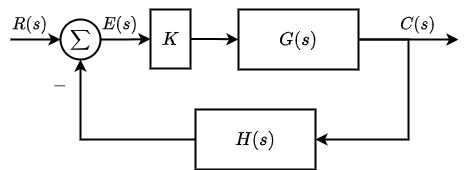
This is images/p23a.png from auralius/control-systems-with-sympy, a draw.io export, as it was before one commit. Source tidied: cells renumbered, new cells last; positions are measured from the earlier drawing's top-left corner, leaving out a move shared by most shapes.
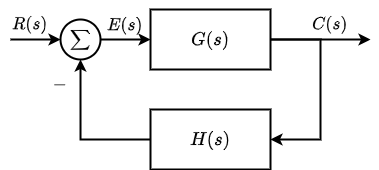
After the change.

What changed in the source:
```diff
@@ -5,54 +5,48 @@
     <mxCell id="2" style="edgeStyle=orthogonalEdgeStyle;rounded=0;jettySize=auto;html=1;exitX=1;exitY=0.5;exitDx=0;exitDy=0;entryX=1;entryY=0.5;entryDx=0;entryDy=0;strokeWidth=2;" parent="1" edge="1" source="3" target="7">
       <mxGeometry relative="1" as="geometry">
         <Array as="points">
-          <mxPoint x="408" y="30" />
-          <mxPoint x="408" y="130" />
+          <mxPoint x="390" y="30" />
+          <mxPoint x="390" y="130" />
         </Array>
       </mxGeometry>
     </mxCell>
     <mxCell id="3" value="&lt;font style=&quot;font-size: 16px;&quot;&gt;$$G(s)$$&lt;/font&gt;" style="rounded=0;whiteSpace=wrap;html=1;strokeWidth=2;" parent="1" vertex="1">
-      <mxGeometry x="238" width="120" height="60" as="geometry" />
+      <mxGeometry x="220" width="120" height="60" as="geometry" />
     </mxCell>
-    <mxCell id="4" style="edgeStyle=orthogonalEdgeStyle;rounded=0;jettySize=auto;html=1;strokeWidth=2;" parent="1" edge="1" source="5" target="15">
+    <mxCell id="4" style="edgeStyle=orthogonalEdgeStyle;rounded=0;jettySize=auto;html=1;exitX=1;exitY=0.5;exitDx=0;exitDy=0;entryX=0;entryY=0.5;entryDx=0;entryDy=0;strokeWidth=2;" parent="1" edge="1" source="5" target="3">
       <mxGeometry relative="1" as="geometry" />
     </mxCell>
     <mxCell id="5" value="$$\sum$$" style="ellipse;whiteSpace=wrap;html=1;strokeWidth=2;" parent="1" vertex="1">
-      <mxGeometry x="60" y="10" width="40" height="40" as="geometry" />
+      <mxGeometry x="130" y="10" width="40" height="40" as="geometry" />
     </mxCell>
     <mxCell id="6" style="edgeStyle=orthogonalEdgeStyle;rounded=0;jettySize=auto;html=1;exitX=0;exitY=0.5;exitDx=0;exitDy=0;entryX=0.5;entryY=1;entryDx=0;entryDy=0;strokeWidth=2;" parent="1" edge="1" source="7" target="5">
       <mxGeometry relative="1" as="geometry" />
     </mxCell>
     <mxCell id="7" value="&lt;font style=&quot;font-size: 16px;&quot;&gt;$$H(s)$$&lt;/font&gt;" style="rounded=0;whiteSpace=wrap;html=1;strokeWidth=2;" parent="1" vertex="1">
-      <mxGeometry x="195" y="100" width="120" height="60" as="geometry" />
+      <mxGeometry x="220" y="100" width="120" height="60" as="geometry" />
     </mxCell>
     <mxCell id="8" style="endArrow=classic;html=1;rounded=0;entryX=0;entryY=0.5;entryDx=0;entryDy=0;strokeWidth=2;" parent="1" edge="1" target="5">
       <mxGeometry relative="1" as="geometry">
-        <mxPoint x="10" y="30" as="sourcePoint" />
+        <mxPoint x="80" y="30" as="sourcePoint" />
       </mxGeometry>
     </mxCell>
     <mxCell id="9" style="endArrow=classic;html=1;rounded=0;strokeWidth=2;" parent="1" edge="1">
       <mxGeometry relative="1" as="geometry">
-        <mxPoint x="358" y="30" as="sourcePoint" />
-        <mxPoint x="458" y="30" as="targetPoint" />
+        <mxPoint x="340" y="30" as="sourcePoint" />
+        <mxPoint x="440" y="30" as="targetPoint" />
       </mxGeometry>
     </mxCell>
     <mxCell id="10" value="$$R(s)$$" style="text;html=1;whiteSpace=wrap;strokeColor=none;fillColor=none;align=center;verticalAlign=middle;rounded=0;fontSize=15;strokeWidth=2;" parent="1" vertex="1">
-      <mxGeometry width="60" height="30" as="geometry" />
+      <mxGeometry x="70" width="60" height="30" as="geometry" />
     </mxCell>
     <mxCell id="11" value="$$C(s)$$" style="text;html=1;whiteSpace=wrap;strokeColor=none;fillColor=none;align=center;verticalAlign=middle;rounded=0;fontSize=15;strokeWidth=2;" parent="1" vertex="1">
-      <mxGeometry x="388" width="60" height="30" as="geometry" />
+      <mxGeometry x="370" width="60" height="30" as="geometry" />
     </mxCell>
     <mxCell id="12" value="$$E(s)$$" style="text;html=1;whiteSpace=wrap;strokeColor=none;fillColor=none;align=center;verticalAlign=middle;rounded=0;fontSize=15;strokeWidth=2;" parent="1" vertex="1">
-      <mxGeometry x="90" y="5" width="60" height="20" as="geometry" />
+      <mxGeometry x="165" y="1" width="60" height="30" as="geometry" />
     </mxCell>
     <mxCell id="13" value="&lt;font style=&quot;font-size: 15px;&quot;&gt;$$-$$&lt;/font&gt;" style="text;html=1;whiteSpace=wrap;strokeColor=none;fillColor=none;align=center;verticalAlign=middle;rounded=0;strokeWidth=2;" parent="1" vertex="1">
-      <mxGeometry x="30" y="61" width="60" height="30" as="geometry" />
+      <mxGeometry x="100" y="60" width="60" height="30" as="geometry" />
     </mxCell>
-    <mxCell id="14" style="edgeStyle=orthogonalEdgeStyle;rounded=0;jettySize=auto;html=1;strokeWidth=2;" parent="1" edge="1" source="15" target="3">
-      <mxGeometry relative="1" as="geometry" />
-    </mxCell>
-    <mxCell id="15" value="&lt;font style=&quot;font-size: 16px;&quot;&gt;$$K$$&lt;/font&gt;" style="rounded=0;whiteSpace=wrap;html=1;strokeWidth=2;" parent="1" vertex="1">
-      <mxGeometry x="150" width="40" height="59" as="geometry" />
-    </mxCell>
   </root>
 </mxGraphModel>
```
